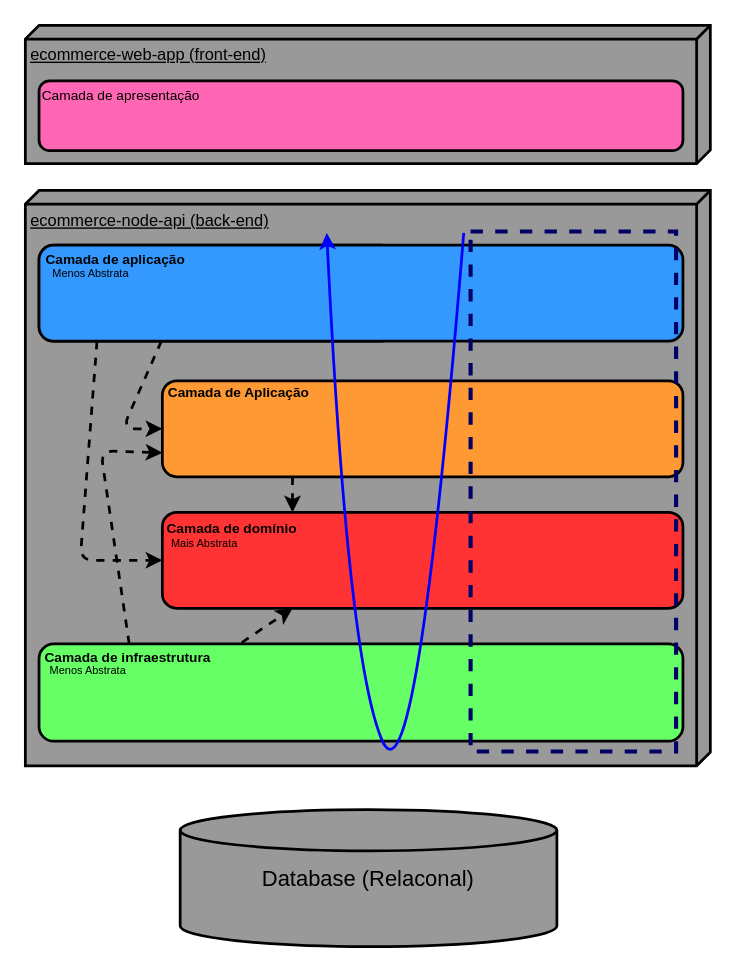
Above: page "Arquitetura em Camadas" (1 of 2) of requirements/ecommerce-arquitetura.drawio in Miguelstoss/ecommerce-node-api (draw.io), before the change. Source tidied: cells renumbered, new cells numbered last; positions are measured from the earlier drawing's top-left corner, leaving out a move shared by most shapes. Both pictures are drawn from the tidied source at 137%, with x=0, y=0 at pixel (25, 25).
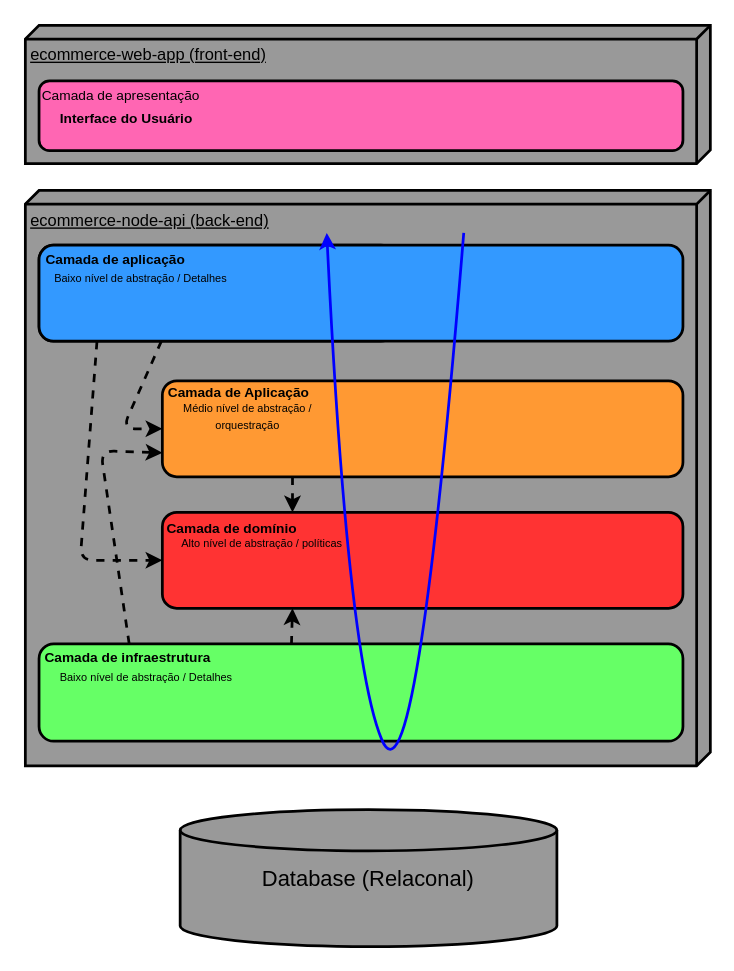
Above is the later version.

The change refers to these unchanged cells:
```xml
<mxCell id="6" style="rounded=1;whiteSpace=wrap;html=1;strokeWidth=2;fillColor=#FF3333;" parent="1" vertex="1">
  <mxGeometry x="100" y="355.5" width="380" height="70" as="geometry" />
</mxCell>
<mxCell id="11" style="rounded=1;whiteSpace=wrap;html=1;strokeWidth=2;fillColor=#66FF66;points=[[0,0,0,0,0],[0,0.25,0,0,0],[0,0.51,0,0,0],[0,0.75,0,0,0],[0,1,0,0,0],[0.14,0,0,0,0],[0.25,1,0,0,0],[0.47,0,0,0,0],[0.5,1,0,0,0],[0.75,0,0,0,0],[0.75,1,0,0,0],[1,0,0,0,0],[1,0.25,0,0,0],[1,0.51,0,0,0],[1,0.75,0,0,0],[1,1,0,0,0]];" parent="1" vertex="1">
  <mxGeometry x="10" y="451.5" width="470" height="71" as="geometry" />
</mxCell>
```

The edit, as a diff of the source:
```diff
@@
-    <mxCell id="10" style="edgeStyle=none;html=1;entryX=0.25;entryY=1;entryDx=0;entryDy=0;dashed=1;strokeColor=#000000;strokeWidth=2;fontSize=8;fontColor=#000000;" parent="1" edge="1" target="6">
-      <mxGeometry relative="1" as="geometry">
-        <mxPoint x="158" y="450.5" as="sourcePoint" />
-      </mxGeometry>
+    <mxCell id="10" style="edgeStyle=none;html=1;entryX=0.25;entryY=1;entryDx=0;entryDy=0;dashed=1;strokeColor=#000000;strokeWidth=2;fontSize=8;fontColor=#000000;exitX=0.392;exitY=0.003;exitDx=0;exitDy=0;exitPerimeter=0;" parent="1" edge="1" source="11" target="6">
+      <mxGeometry relative="1" as="geometry" />
     </mxCell>
@@
-    <mxCell id="22" value="&lt;font style=&quot;font-size: 8px;&quot;&gt;Mais Abstrata&lt;/font&gt;" style="text;html=1;strokeColor=none;fillColor=none;align=center;verticalAlign=middle;whiteSpace=wrap;rounded=0;strokeWidth=2;fontSize=10;fontColor=#000000;" parent="1" vertex="1">
-      <mxGeometry x="101" y="371" width="60" height="11" as="geometry" />
+    <mxCell id="22" value="&lt;font style=&quot;font-size: 8px;&quot;&gt;Alto nível de abstração / políticas&lt;/font&gt;" style="text;html=1;strokeColor=none;fillColor=none;align=center;verticalAlign=middle;whiteSpace=wrap;rounded=0;strokeWidth=2;fontSize=10;fontColor=#000000;" parent="1" vertex="1">
+      <mxGeometry x="101" y="371" width="144" height="11" as="geometry" />
     </mxCell>
-    <mxCell id="23" value="&lt;font style=&quot;font-size: 8px;&quot;&gt;Menos Abstrata&lt;/font&gt;" style="text;html=1;strokeColor=none;fillColor=none;align=center;verticalAlign=middle;whiteSpace=wrap;rounded=0;strokeWidth=2;fontSize=10;fontColor=#000000;" parent="1" vertex="1">
-      <mxGeometry x="12" y="461.5" width="68" height="17" as="geometry" />
+    <mxCell id="23" value="&lt;span style=&quot;font-size: 8px;&quot;&gt;Baixo nível de abstração / Detalhes&lt;/span&gt;" style="text;html=1;strokeColor=none;fillColor=none;align=center;verticalAlign=middle;whiteSpace=wrap;rounded=0;strokeWidth=2;fontSize=10;fontColor=#000000;" parent="1" vertex="1">
+      <mxGeometry x="12" y="466.5" width="153" height="17" as="geometry" />
     </mxCell>
-    <mxCell id="24" value="&lt;font style=&quot;font-size: 8px;&quot;&gt;Menos Abstrata&lt;/font&gt;" style="text;html=1;strokeColor=none;fillColor=none;align=center;verticalAlign=middle;whiteSpace=wrap;rounded=0;strokeWidth=2;fontSize=10;fontColor=#000000;" parent="1" vertex="1">
-      <mxGeometry x="13" y="174.5" width="70" height="10" as="geometry" />
+    <mxCell id="24" value="&lt;font style=&quot;font-size: 8px;&quot;&gt;Baixo nível de abstração / Detalhes&lt;/font&gt;" style="text;html=1;strokeColor=none;fillColor=none;align=center;verticalAlign=middle;whiteSpace=wrap;rounded=0;strokeWidth=2;fontSize=10;fontColor=#000000;" parent="1" vertex="1">
+      <mxGeometry x="14" y="178.5" width="141" height="10" as="geometry" />
     </mxCell>
@@
-    <mxCell id="26" style="whiteSpace=wrap;html=1;dashed=1;strokeColor=#000066;strokeWidth=3;fontSize=11;fontColor=#000000;fillColor=none;gradientColor=#33FF99;" parent="1" vertex="1">
-      <mxGeometry x="325" y="150.5" width="150" height="379.5" as="geometry" />
-    </mxCell>
+    <mxCell id="27" value="&lt;font style=&quot;font-size: 8px;&quot;&gt;Médio nível de abstração / orquestração&lt;/font&gt;" style="text;html=1;strokeColor=none;fillColor=none;align=center;verticalAlign=middle;whiteSpace=wrap;rounded=0;strokeWidth=2;fontSize=10;fontColor=#000000;" parent="1" vertex="1">
+      <mxGeometry x="100" y="279.5" width="125" height="11" as="geometry" />
+    </mxCell>
+    <mxCell id="28" value="&lt;font style=&quot;font-size: 10px;&quot;&gt;&lt;b&gt;Interface do Usuário&lt;/b&gt;&lt;/font&gt;" style="text;html=1;strokeColor=none;fillColor=none;align=center;verticalAlign=middle;whiteSpace=wrap;rounded=0;strokeWidth=2;fontColor=#000000;" parent="1" vertex="1">
+      <mxGeometry x="20" y="57.5" width="108" height="20" as="geometry" />
+    </mxCell>
```
